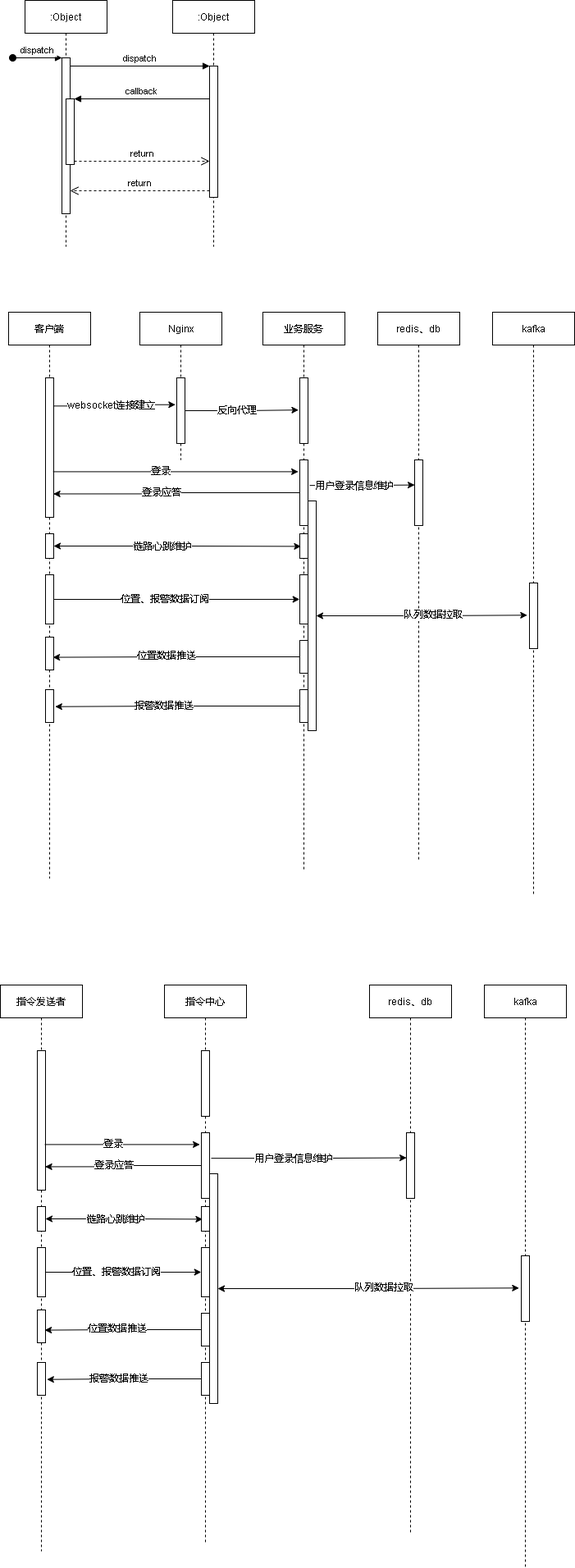
The draw.io diagram cgopro关键业务.drawio.png in xktder/draw, before a commit. Source tidied: cells renumbered, new cells last; positions are measured from the earlier drawing's top-left corner, leaving out a move shared by most shapes.
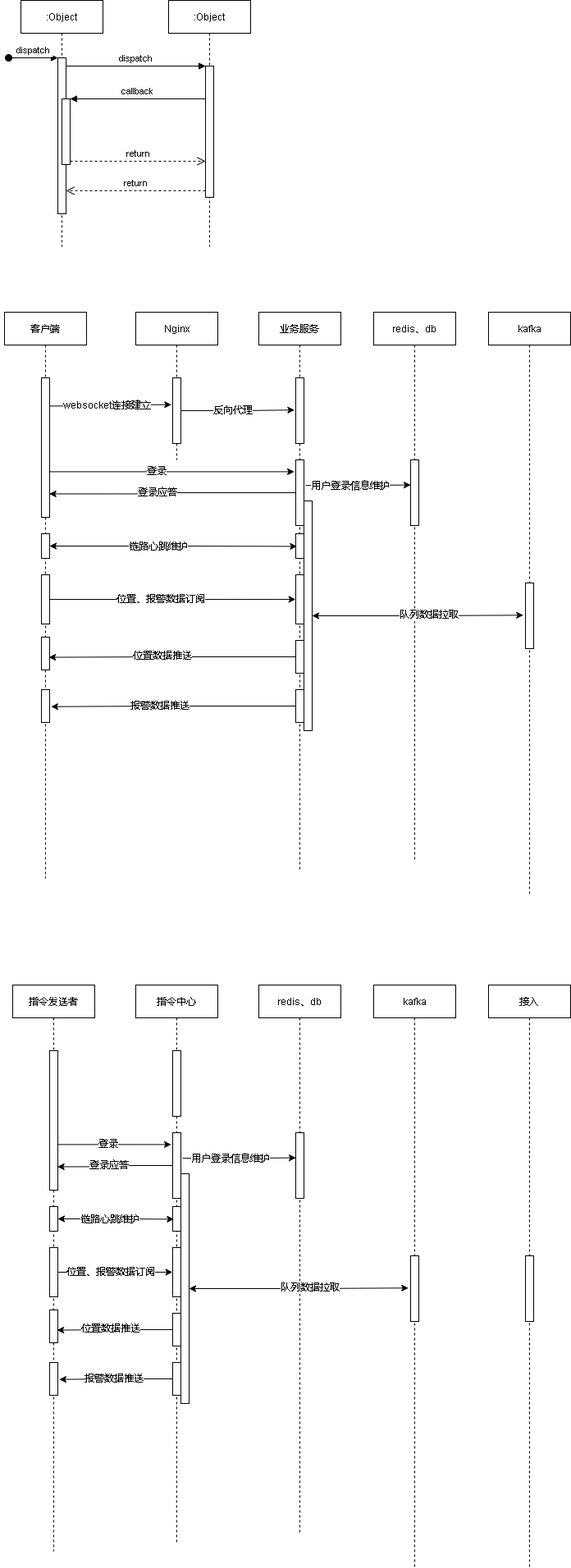
The same diagram one commit later.

Commit message:
更新cgopro关键业务.drawio.png

The edit, as a diff of the source:
```diff
@@ -157,7 +157,7 @@
       </mxGeometry>
     </mxCell>
     <mxCell id="52" value="指令发送者" style="shape=umlLifeline;perimeter=lifelinePerimeter;rounded=0;shadow=0;strokeWidth=1;" parent="1" vertex="1">
-      <mxGeometry y="1200" width="100" height="690" as="geometry" />
+      <mxGeometry x="20" y="1200" width="100" height="690" as="geometry" />
     </mxCell>
     <mxCell id="53" style="points=[];perimeter=orthogonalPerimeter;rounded=0;shadow=0;strokeWidth=1;" parent="52" vertex="1">
       <mxGeometry x="45" y="80" width="10" height="170" as="geometry" />
@@ -175,7 +175,7 @@
       <mxGeometry x="45" y="460" width="10" height="40" as="geometry" />
     </mxCell>
     <mxCell id="58" value="指令中心" style="shape=umlLifeline;perimeter=lifelinePerimeter;rounded=0;shadow=0;strokeWidth=1;" parent="1" vertex="1">
-      <mxGeometry x="200" y="1200" width="100" height="680" as="geometry" />
+      <mxGeometry x="170" y="1200" width="100" height="680" as="geometry" />
     </mxCell>
     <mxCell id="59" style="perimeter=orthogonalPerimeter;rounded=0;shadow=0;strokeWidth=1;" parent="58" vertex="1">
       <mxGeometry x="45" y="80" width="10" height="80" as="geometry" />
@@ -199,13 +199,13 @@
       <mxGeometry x="45" y="460" width="10" height="40" as="geometry" />
     </mxCell>
     <mxCell id="66" value="redis、db" style="shape=umlLifeline;perimeter=lifelinePerimeter;rounded=0;shadow=0;strokeWidth=1;" parent="1" vertex="1">
-      <mxGeometry x="450" y="1200" width="100" height="670" as="geometry" />
+      <mxGeometry x="320" y="1200" width="100" height="670" as="geometry" />
     </mxCell>
     <mxCell id="67" style="points=[];perimeter=orthogonalPerimeter;rounded=0;shadow=0;strokeWidth=1;" parent="66" vertex="1">
       <mxGeometry x="45" y="180" width="10" height="80" as="geometry" />
     </mxCell>
     <mxCell id="68" value="kafka" style="shape=umlLifeline;perimeter=lifelinePerimeter;rounded=0;shadow=0;strokeWidth=1;" parent="1" vertex="1">
-      <mxGeometry x="590" y="1200" width="100" height="710" as="geometry" />
+      <mxGeometry x="460" y="1200" width="100" height="710" as="geometry" />
     </mxCell>
     <mxCell id="69" style="points=[];perimeter=orthogonalPerimeter;rounded=0;shadow=0;strokeWidth=1;" parent="68" vertex="1">
       <mxGeometry x="45" y="330" width="10" height="80" as="geometry" />
@@ -260,5 +260,11 @@
         <mxPoint x="9" as="offset" />
       </mxGeometry>
     </mxCell>
+    <mxCell id="86" value="接入" style="shape=umlLifeline;perimeter=lifelinePerimeter;rounded=0;shadow=0;strokeWidth=1;" parent="1" vertex="1">
+      <mxGeometry x="600" y="1200" width="100" height="710" as="geometry" />
+    </mxCell>
+    <mxCell id="87" style="perimeter=orthogonalPerimeter;rounded=0;shadow=0;strokeWidth=1;" parent="86" vertex="1">
+      <mxGeometry x="45" y="330" width="10" height="80" as="geometry" />
+    </mxCell>
   </root>
 </mxGraphModel>
```
